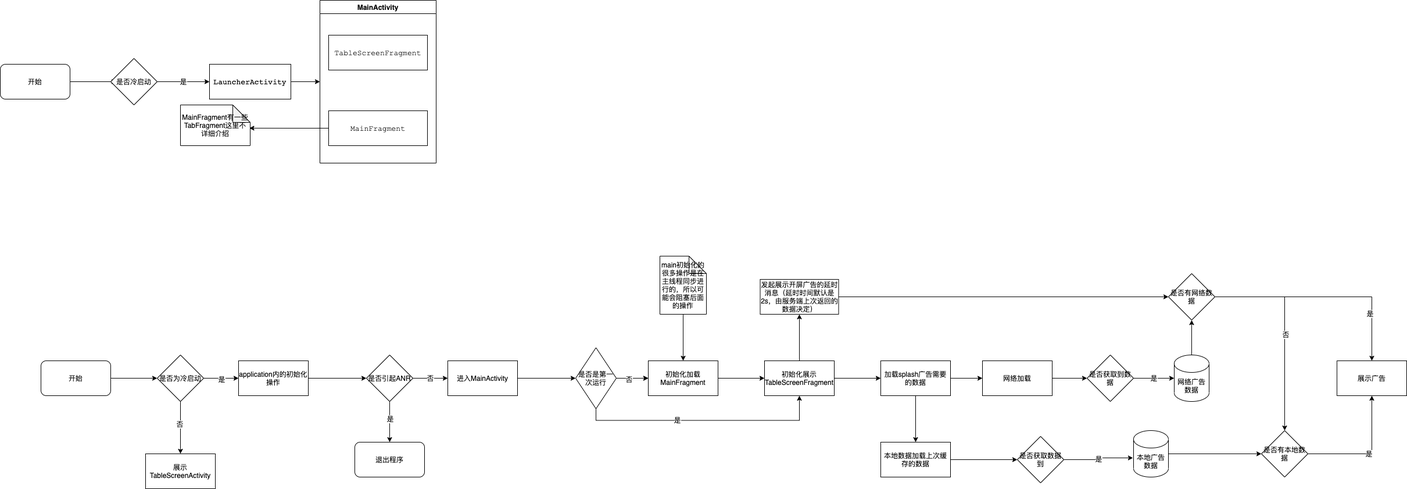
This is moji/开屏广告.png from HengqianSong/drawIO, a draw.io export, as it was before one commit. Source tidied: cells renumbered, new cells last; positions are measured from the earlier drawing's top-left corner, leaving out a move shared by most shapes.
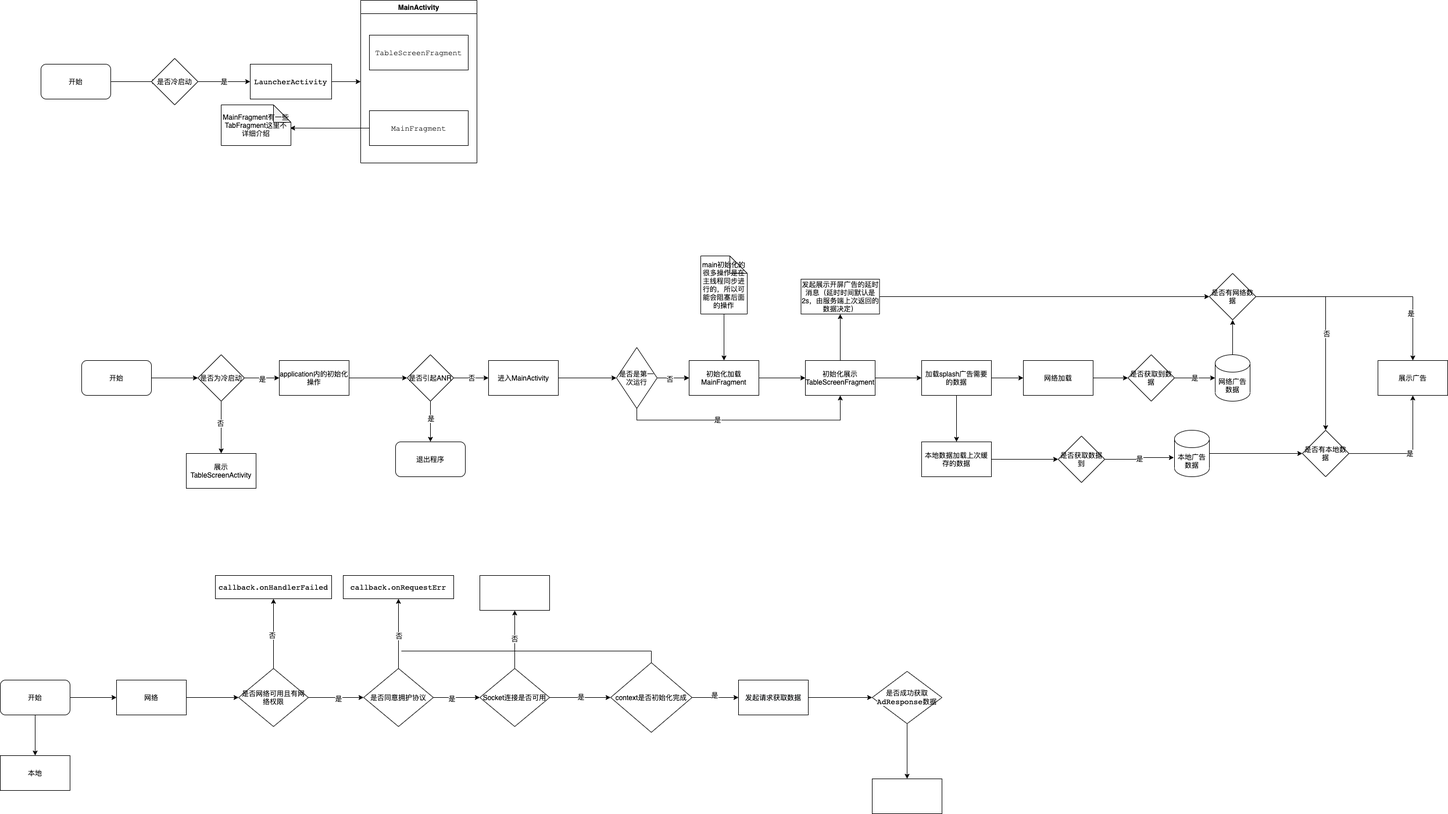
Above is the later version.

The edit, as a diff of the source:
```diff
@@ -210,5 +210,109 @@
     <mxCell id="67" value="是否冷启动" style="rhombus;whiteSpace=wrap;html=1;strokeColor=#000000;" parent="1" vertex="1">
       <mxGeometry x="190" y="100" width="80" height="80" as="geometry" />
     </mxCell>
+    <mxCell id="68" style="edgeStyle=orthogonalEdgeStyle;rounded=0;jettySize=auto;html=1;exitX=1;exitY=0.5;exitDx=0;exitDy=0;entryX=0;entryY=0.5;entryDx=0;entryDy=0;" parent="1" edge="1" source="70" target="72">
+      <mxGeometry relative="1" as="geometry" />
+    </mxCell>
+    <mxCell id="69" style="edgeStyle=orthogonalEdgeStyle;rounded=0;jettySize=auto;html=1;" parent="1" edge="1" source="70" target="73">
+      <mxGeometry relative="1" as="geometry" />
+    </mxCell>
+    <mxCell id="70" value="开始" style="rounded=1;whiteSpace=wrap;html=1;strokeColor=#000000;" parent="1" vertex="1">
+      <mxGeometry x="-70" y="1170" width="120" height="60" as="geometry" />
+    </mxCell>
+    <mxCell id="71" style="edgeStyle=orthogonalEdgeStyle;rounded=0;jettySize=auto;html=1;" parent="1" edge="1" source="72" target="78">
+      <mxGeometry relative="1" as="geometry" />
+    </mxCell>
+    <mxCell id="72" value="网络" style="rounded=0;whiteSpace=wrap;html=1;strokeColor=#000000;" parent="1" vertex="1">
+      <mxGeometry x="130" y="1170" width="120" height="60" as="geometry" />
+    </mxCell>
+    <mxCell id="73" value="本地" style="rounded=0;whiteSpace=wrap;html=1;strokeColor=#000000;" parent="1" vertex="1">
+      <mxGeometry x="-70" y="1300" width="120" height="60" as="geometry" />
+    </mxCell>
+    <mxCell id="74" style="edgeStyle=orthogonalEdgeStyle;rounded=0;jettySize=auto;html=1;" parent="1" edge="1" source="78" target="79">
+      <mxGeometry relative="1" as="geometry" />
+    </mxCell>
+    <mxCell id="75" value="否" style="edgeLabel;html=1;align=center;verticalAlign=middle;" parent="74" vertex="1">
+      <mxGeometry x="-0.04" y="3" relative="1" as="geometry" />
+    </mxCell>
+    <mxCell id="76" style="edgeStyle=orthogonalEdgeStyle;rounded=0;jettySize=auto;html=1;" parent="1" edge="1" source="78" target="84">
+      <mxGeometry relative="1" as="geometry" />
+    </mxCell>
+    <mxCell id="77" value="是" style="edgeLabel;html=1;align=center;verticalAlign=middle;" parent="76" vertex="1">
+      <mxGeometry x="0.09" y="-1" relative="1" as="geometry" />
+    </mxCell>
+    <mxCell id="78" value="是否网络可用且有网络权限" style="rhombus;whiteSpace=wrap;html=1;rounded=0;" parent="1" vertex="1">
+      <mxGeometry x="340" y="1150" width="120" height="100" as="geometry" />
+    </mxCell>
+    <mxCell id="79" value="&lt;pre style=&quot;font-family: &amp;#34;jetbrains mono&amp;#34; , monospace ; font-size: 9.8pt&quot;&gt;&lt;pre style=&quot;font-family: &amp;#34;jetbrains mono&amp;#34; , monospace ; font-size: 9.8pt&quot;&gt;&lt;span style=&quot;background-color: rgb(255 , 255 , 255)&quot;&gt;callback.onHandlerFailed&lt;/span&gt;&lt;/pre&gt;&lt;/pre&gt;" style="whiteSpace=wrap;html=1;rounded=0;" parent="1" vertex="1">
+      <mxGeometry x="300" y="990" width="200" height="40" as="geometry" />
+    </mxCell>
+    <mxCell id="80" style="edgeStyle=orthogonalEdgeStyle;rounded=0;jettySize=auto;html=1;" parent="1" edge="1" source="84" target="85">
+      <mxGeometry relative="1" as="geometry" />
+    </mxCell>
+    <mxCell id="81" value="否" style="edgeLabel;html=1;align=center;verticalAlign=middle;" parent="80" vertex="1">
+      <mxGeometry x="-0.07" relative="1" as="geometry" />
+    </mxCell>
+    <mxCell id="82" style="edgeStyle=orthogonalEdgeStyle;rounded=0;jettySize=auto;html=1;" parent="1" edge="1" source="84" target="89">
+      <mxGeometry relative="1" as="geometry" />
+    </mxCell>
+    <mxCell id="83" value="是" style="edgeLabel;html=1;align=center;verticalAlign=middle;" parent="82" vertex="1">
+      <mxGeometry x="-0.21" y="-1" relative="1" as="geometry" />
+    </mxCell>
+    <mxCell id="84" value="是否同意拥护协议" style="rhombus;whiteSpace=wrap;html=1;rounded=0;" parent="1" vertex="1">
+      <mxGeometry x="555" y="1150" width="120" height="100" as="geometry" />
+    </mxCell>
+    <mxCell id="85" value="&lt;pre style=&quot;font-family: &amp;#34;jetbrains mono&amp;#34; , monospace ; font-size: 9.8pt&quot;&gt;&lt;span style=&quot;background-color: rgb(255 , 255 , 255)&quot;&gt;callback.onRequestErr&lt;/span&gt;&lt;/pre&gt;" style="whiteSpace=wrap;html=1;rounded=0;" parent="1" vertex="1">
+      <mxGeometry x="520" y="990" width="190" height="40" as="geometry" />
+    </mxCell>
+    <mxCell id="86" style="edgeStyle=orthogonalEdgeStyle;rounded=0;jettySize=auto;html=1;entryX=0;entryY=0.5;entryDx=0;entryDy=0;" parent="1" edge="1" source="89" target="94">
+      <mxGeometry relative="1" as="geometry" />
+    </mxCell>
+    <mxCell id="87" value="是" style="edgeLabel;html=1;align=center;verticalAlign=middle;" parent="86" vertex="1">
+      <mxGeometry y="2" relative="1" as="geometry" />
+    </mxCell>
+    <mxCell id="88" value="否" style="edgeStyle=orthogonalEdgeStyle;rounded=0;jettySize=auto;html=1;" parent="1" edge="1" source="89" target="90">
+      <mxGeometry relative="1" as="geometry" />
+    </mxCell>
+    <mxCell id="89" value="Socket连接是否可用" style="rhombus;whiteSpace=wrap;html=1;rounded=0;" parent="1" vertex="1">
+      <mxGeometry x="755" y="1150" width="120" height="100" as="geometry" />
+    </mxCell>
+    <mxCell id="90" style="whiteSpace=wrap;html=1;rounded=0;" parent="1" vertex="1">
+      <mxGeometry x="755" y="990" width="120" height="60" as="geometry" />
+    </mxCell>
+    <mxCell id="91" style="edgeStyle=orthogonalEdgeStyle;rounded=0;jettySize=auto;html=1;endArrow=none;endFill=0;" parent="1" edge="1" source="94">
+      <mxGeometry relative="1" as="geometry">
+        <mxPoint x="620" y="1120" as="targetPoint" />
+        <Array as="points">
+          <mxPoint x="1050" y="1120" />
+          <mxPoint x="620" y="1120" />
+        </Array>
+      </mxGeometry>
+    </mxCell>
+    <mxCell id="92" style="edgeStyle=orthogonalEdgeStyle;rounded=0;jettySize=auto;html=1;endArrow=classic;endFill=1;" parent="1" edge="1" source="94">
+      <mxGeometry relative="1" as="geometry">
+        <mxPoint x="1200" y="1200" as="targetPoint" />
+      </mxGeometry>
+    </mxCell>
+    <mxCell id="93" value="是" style="edgeLabel;html=1;align=center;verticalAlign=middle;" parent="92" vertex="1">
+      <mxGeometry x="-0.04" y="5" relative="1" as="geometry" />
+    </mxCell>
+    <mxCell id="94" value="context是否初始化完成" style="rhombus;whiteSpace=wrap;html=1;strokeColor=#000000;" parent="1" vertex="1">
+      <mxGeometry x="980" y="1140" width="140" height="120" as="geometry" />
+    </mxCell>
+    <mxCell id="95" style="edgeStyle=orthogonalEdgeStyle;rounded=0;jettySize=auto;html=1;endArrow=classic;endFill=1;exitX=1;exitY=0.5;exitDx=0;exitDy=0;entryX=0;entryY=0.5;entryDx=0;entryDy=0;" parent="1" edge="1" source="96" target="98">
+      <mxGeometry relative="1" as="geometry" />
+    </mxCell>
+    <mxCell id="96" value="&lt;meta charset=&quot;utf-8&quot;&gt;&lt;span style=&quot;color: rgb(0, 0, 0); font-family: helvetica; font-size: 12px; font-style: normal; font-weight: 400; letter-spacing: normal; text-align: center; text-indent: 0px; text-transform: none; word-spacing: 0px; background-color: rgb(248, 249, 250); display: inline; float: none;&quot;&gt;发起请求获取数据&lt;/span&gt;" style="rounded=0;whiteSpace=wrap;html=1;strokeColor=#000000;" parent="1" vertex="1">
+      <mxGeometry x="1200" y="1170" width="120" height="60" as="geometry" />
+    </mxCell>
+    <mxCell id="97" style="edgeStyle=orthogonalEdgeStyle;rounded=0;jettySize=auto;html=1;endArrow=classic;endFill=1;" parent="1" edge="1" source="98" target="99">
+      <mxGeometry relative="1" as="geometry" />
+    </mxCell>
+    <mxCell id="98" value="是否成功获取&lt;span style=&quot;font-family: &amp;#34;jetbrains mono&amp;#34; , monospace ; font-size: 9.8pt ; background-color: rgb(255 , 255 , 255)&quot;&gt;AdResponse&lt;/span&gt;&lt;span&gt;数据&lt;/span&gt;" style="rhombus;whiteSpace=wrap;html=1;strokeColor=#000000;" parent="1" vertex="1">
+      <mxGeometry x="1430" y="1155" width="120" height="90" as="geometry" />
+    </mxCell>
+    <mxCell id="99" style="whiteSpace=wrap;html=1;" parent="1" vertex="1">
+      <mxGeometry x="1430" y="1340" width="120" height="60" as="geometry" />
+    </mxCell>
   </root>
 </mxGraphModel>
```
